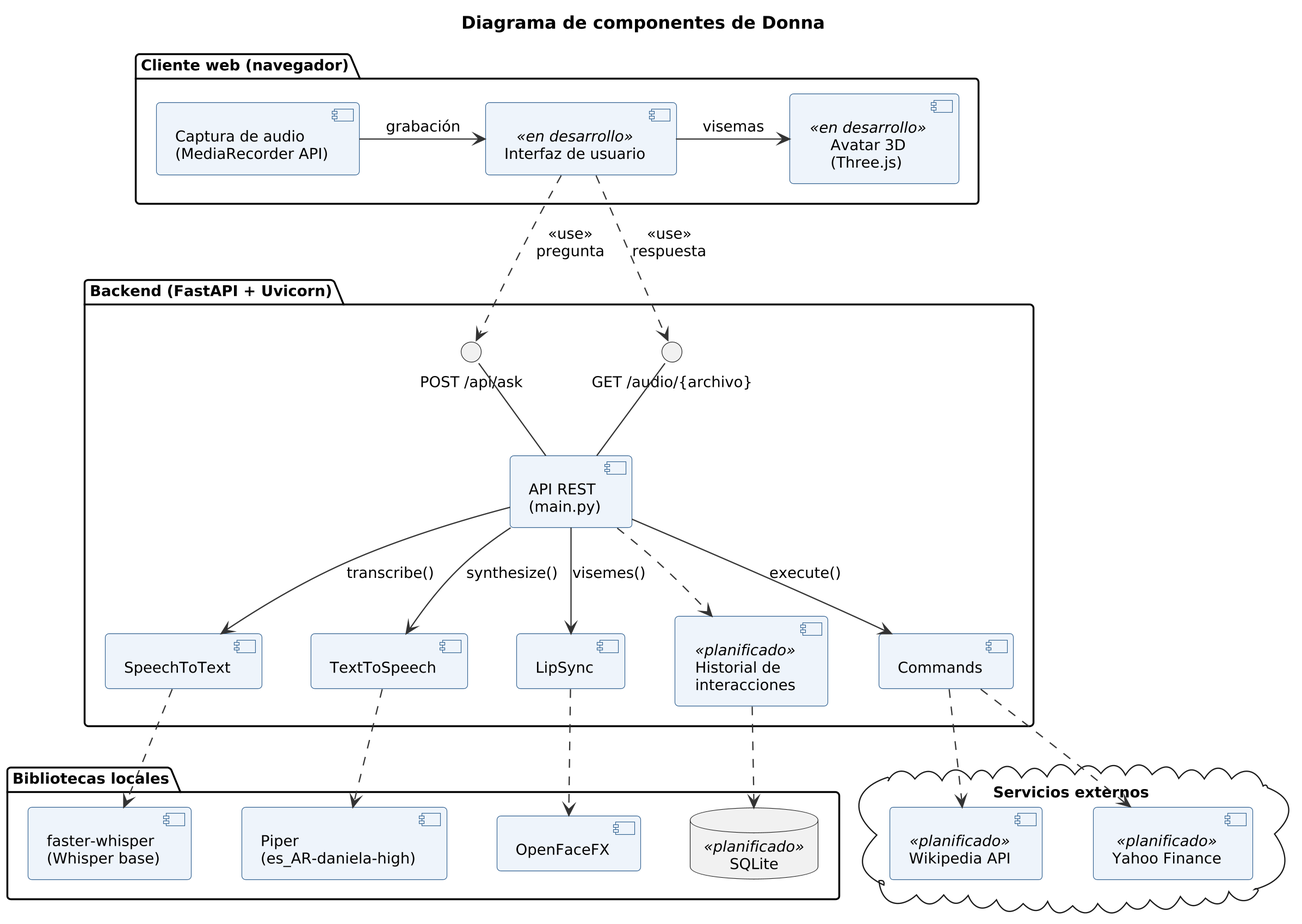
Nelson360-tech/asistente-virtual-tfg keeps this PlantUML diagram as docs/diagramas/componentes.png. Above is the earlier version.
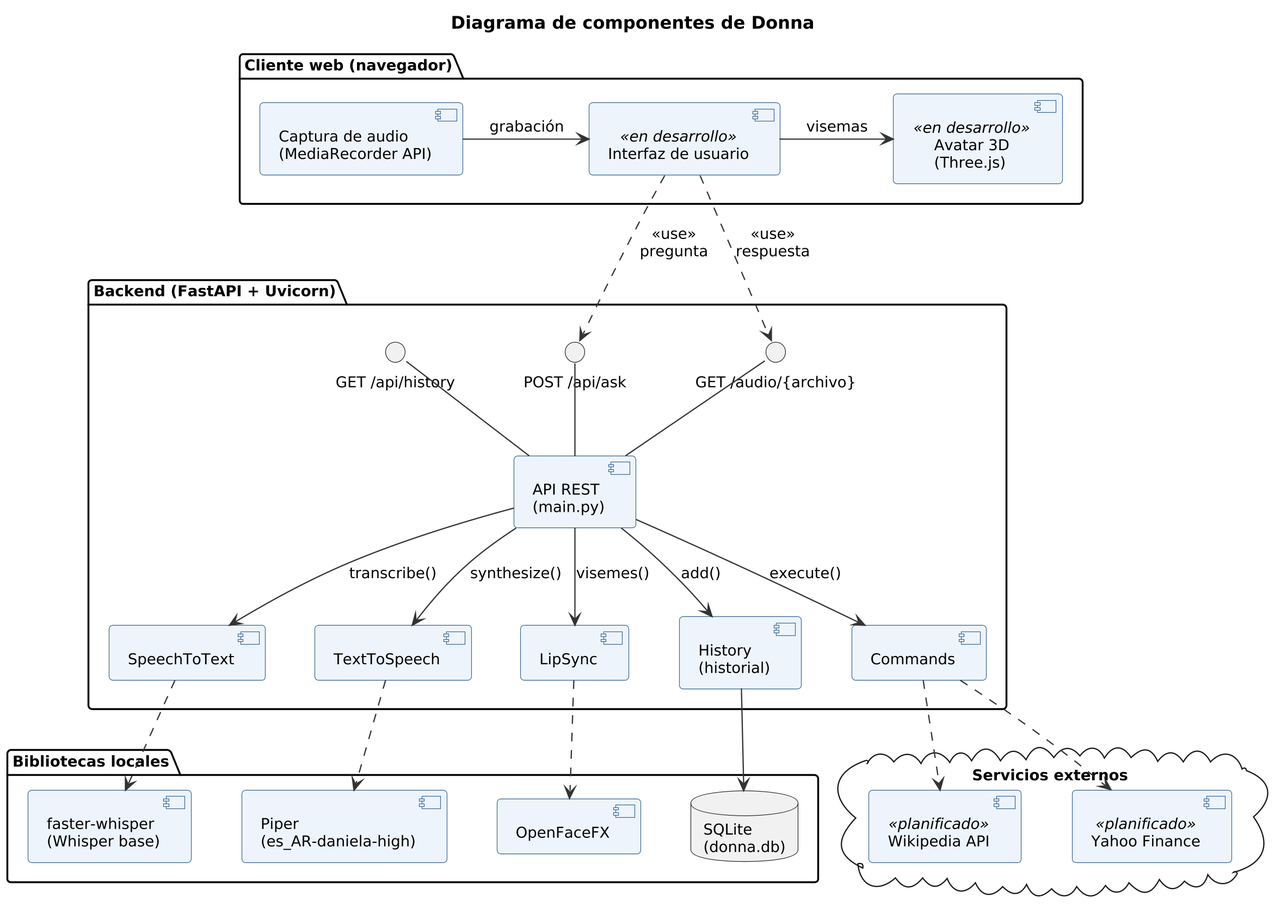
The same file after the commit.

Commit message:
Add performance benchmark script and update UML diagrams with History

Diff of the diagram source:
```diff
@@ -13,19 +13,20 @@
 package "Backend (FastAPI + Uvicorn)" {
   () "POST /api/ask" as IASK
   () "GET /audio/{archivo}" as IAUDIO
+  () "GET /api/history" as IHIST
   [API REST\n(main.py)] as API
   [SpeechToText] as STT
   [Commands] as CMD
   [TextToSpeech] as TTS
   [LipSync] as LS
-  [Historial de\ninteracciones] as HIST <<planificado>>
+  [History\n(historial)] as HIST
 }
 
 package "Bibliotecas locales" {
   [faster-whisper\n(Whisper base)] as FW
   [Piper\n(es_AR-daniela-high)] as PIPER
   [OpenFaceFX] as OFX
-  database "SQLite" as DB <<planificado>>
+  database "SQLite\n(donna.db)" as DB
 }
 
 cloud "Servicios externos" {
@@ -39,17 +40,18 @@
 UI ..> IAUDIO : <<use>>\nrespuesta
 IASK -down- API
 IAUDIO -down- API
+IHIST -down- API
 
 API --> STT : transcribe()
 API --> CMD : execute()
 API --> TTS : synthesize()
 API --> LS : visemes()
-API ..> HIST
+API --> HIST : add()
 
 STT ..> FW
 TTS ..> PIPER
 LS ..> OFX
-HIST ..> DB
+HIST --> DB
 CMD ..> WIKI
 CMD ..> YF
 @enduml
```
